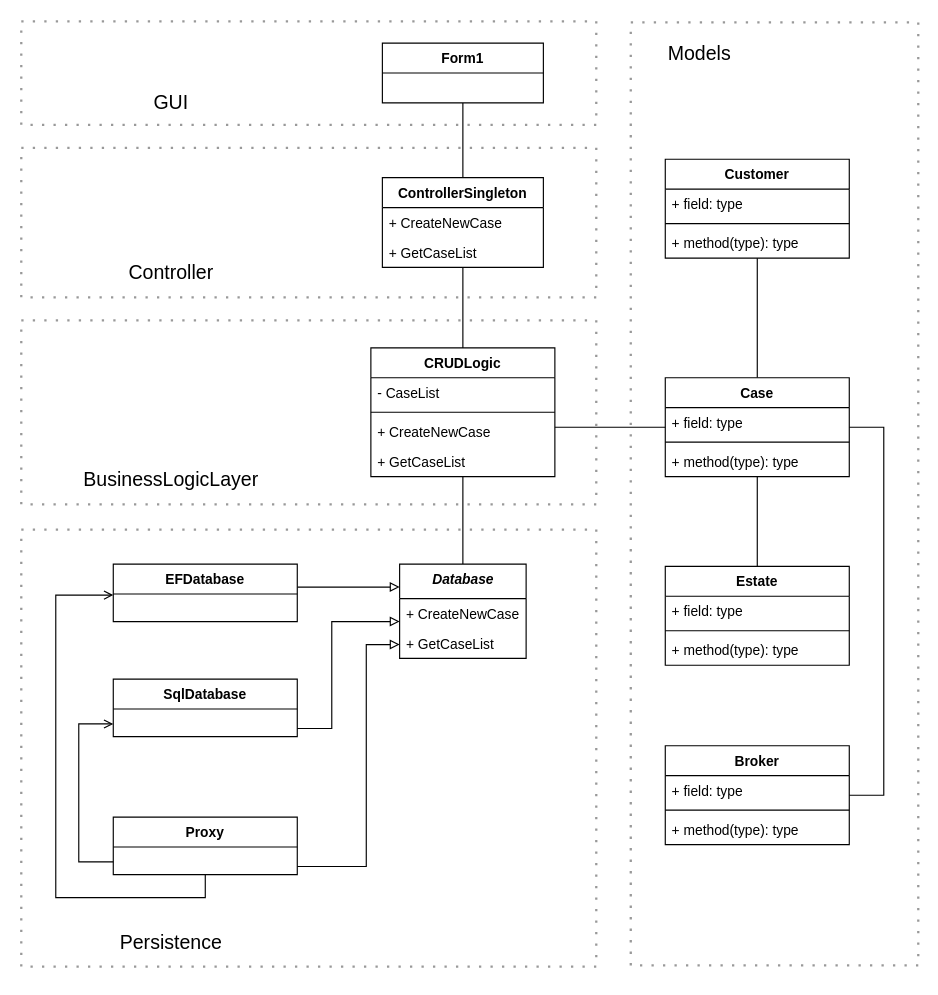
Before: Diverse/ClassDiagramCRUD.drawio in JesperlaCour/EstateBrokers, a draw.io diagram. Source tidied: cells renumbered, new cells numbered last; positions are measured from the earlier drawing's top-left corner, leaving out a move shared by most shapes. Both pictures are drawn from the tidied source at 115%, with x=0, y=0 at pixel (21, 21).
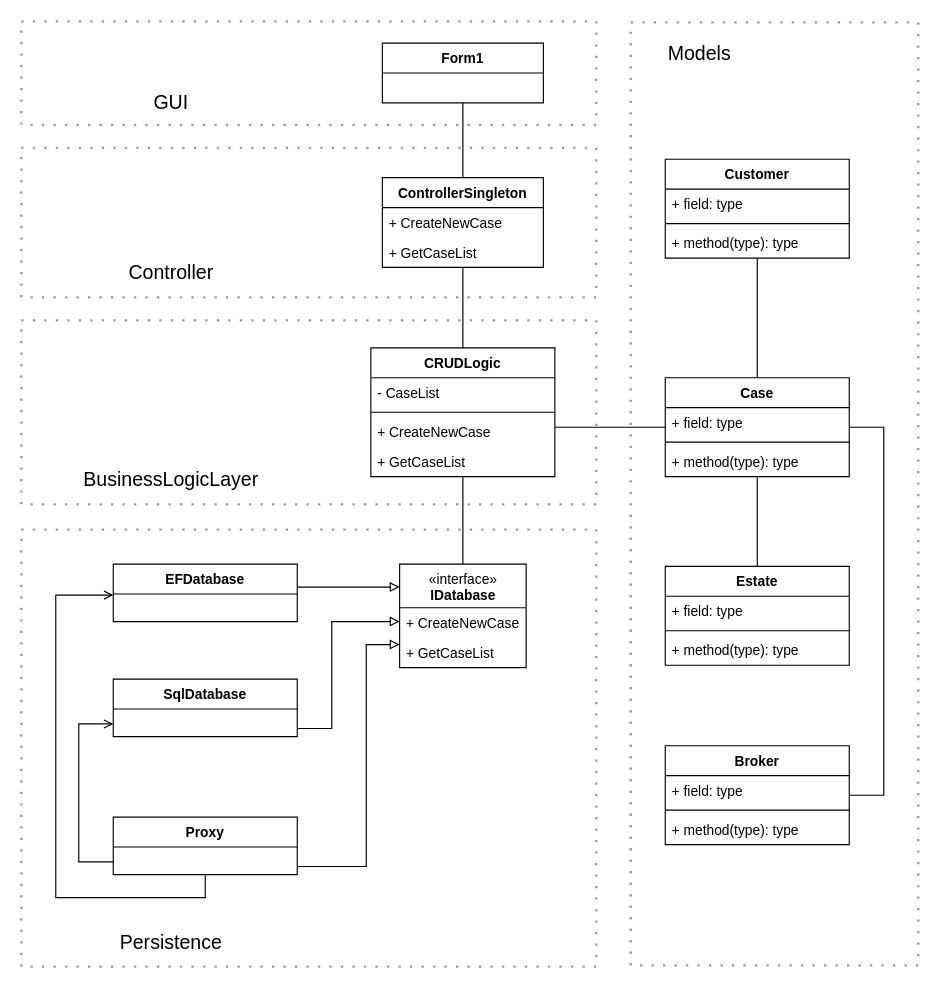
Above is the later version.

What changed in the source:
```diff
@@
-    <mxCell id="18" value="&lt;i&gt;Database&lt;/i&gt;" style="swimlane;fontStyle=1;align=center;verticalAlign=top;horizontal=1;startSize=30;fontFamily=Helvetica;fontSize=12;fontColor=#000000;strokeColor=#000000;fillColor=#ffffff;html=1;" parent="1" vertex="1">
-      <mxGeometry x="329" y="472" width="110" height="82" as="geometry" />
+    <mxCell id="18" value="&lt;span style=&quot;font-weight: 400&quot;&gt;«interface»&lt;/span&gt;&lt;br style=&quot;font-weight: 400&quot;&gt;IDatabase" style="swimlane;fontStyle=1;align=center;verticalAlign=top;horizontal=1;startSize=38;fontFamily=Helvetica;fontSize=12;fontColor=#000000;strokeColor=#000000;fillColor=#ffffff;html=1;" parent="1" vertex="1">
+      <mxGeometry x="329" y="472" width="110" height="90" as="geometry" />
     </mxCell>
     <mxCell id="19" value="+ CreateNewCase" style="text;strokeColor=none;fillColor=none;align=left;verticalAlign=top;spacingLeft=4;spacingRight=4;overflow=hidden;" parent="18" vertex="1">
-      <mxGeometry y="30" width="110" height="26" as="geometry" />
+      <mxGeometry y="38" width="110" height="26" as="geometry" />
     </mxCell>
     <mxCell id="20" value="+ GetCaseList" style="text;strokeColor=none;fillColor=none;align=left;verticalAlign=top;spacingLeft=4;spacingRight=4;overflow=hidden;" parent="18" vertex="1">
-      <mxGeometry y="56" width="110" height="26" as="geometry" />
+      <mxGeometry y="64" width="110" height="26" as="geometry" />
     </mxCell>
```
